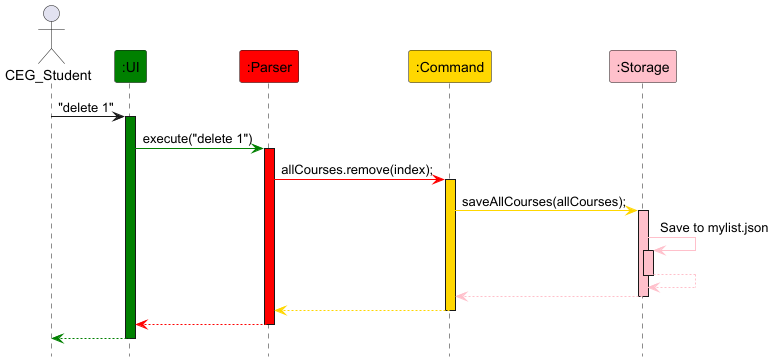
Above: docs/images/DesignSequenceDiagram.png in nus-cs2113-AY2425S1/tp (PlantUML), before the change. The source it was exported from:
```plantuml
@startuml
hide footbox

actor CEG_Student
participant ":UI" #green
participant ":Parser" #red
participant ":Command" #gold
participant ":Storage" #pink

CEG_Student -> ":UI" : "delete 1"
activate ":UI" #green

":UI" -[#green]> ":Parser" : execute("delete 1")
activate ":Parser" #red

":Parser" -[#red]> ":Command" : allCourses.remove(index);
activate ":Command" #gold

":Command" -[#gold]> ":Storage" : saveAllCourses(allCourses);
activate ":Storage" #pink

":Storage" -[#pink]> ":Storage" : Save to mylist.json
activate ":Storage" #pink

":Storage" -[#pink]-> ":Storage"
deactivate ":Storage"
":Storage" -[#pink]-> ":Command"
deactivate ":Storage"

":Command" -[#gold]-> ":Parser"
deactivate ":Command"

":Parser" -[#red]-> ":UI"
deactivate ":Parser"

":UI" -[#green]-> CEG_Student
deactivate ":UI"

@enduml
```
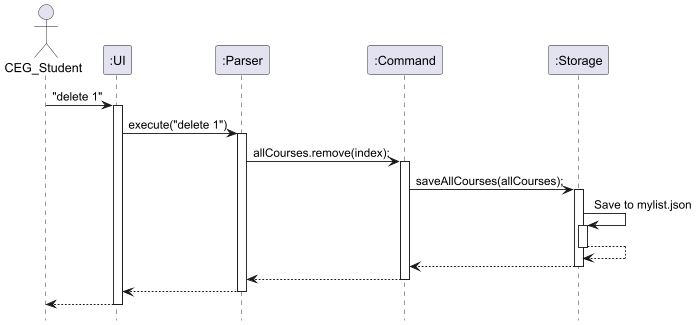
After the change.

Commit message:
Remove colours in diagram

The edit, as a diff of the source:
```diff
@@ -2,38 +2,38 @@
 hide footbox
 
 actor CEG_Student
-participant ":UI" #green
-participant ":Parser" #red
-participant ":Command" #gold
-participant ":Storage" #pink
+participant ":UI"
+participant ":Parser"
+participant ":Command"
+participant ":Storage"
 
 CEG_Student -> ":UI" : "delete 1"
-activate ":UI" #green
+activate ":UI"
 
-":UI" -[#green]> ":Parser" : execute("delete 1")
-activate ":Parser" #red
+":UI" -> ":Parser" : execute("delete 1")
+activate ":Parser"
 
-":Parser" -[#red]> ":Command" : allCourses.remove(index);
-activate ":Command" #gold
+":Parser" -> ":Command" : allCourses.remove(index);
+activate ":Command"
 
-":Command" -[#gold]> ":Storage" : saveAllCourses(allCourses);
-activate ":Storage" #pink
+":Command" -> ":Storage" : saveAllCourses(allCourses);
+activate ":Storage"
 
-":Storage" -[#pink]> ":Storage" : Save to mylist.json
-activate ":Storage" #pink
+":Storage" -> ":Storage" : Save to mylist.json
+activate ":Storage"
 
-":Storage" -[#pink]-> ":Storage"
+":Storage" --> ":Storage"
 deactivate ":Storage"
-":Storage" -[#pink]-> ":Command"
+":Storage" --> ":Command"
 deactivate ":Storage"
 
-":Command" -[#gold]-> ":Parser"
+":Command" --> ":Parser"
 deactivate ":Command"
 
-":Parser" -[#red]-> ":UI"
+":Parser" --> ":UI"
 deactivate ":Parser"
 
-":UI" -[#green]-> CEG_Student
+":UI" --> CEG_Student
 deactivate ":UI"
 
 @enduml
```
